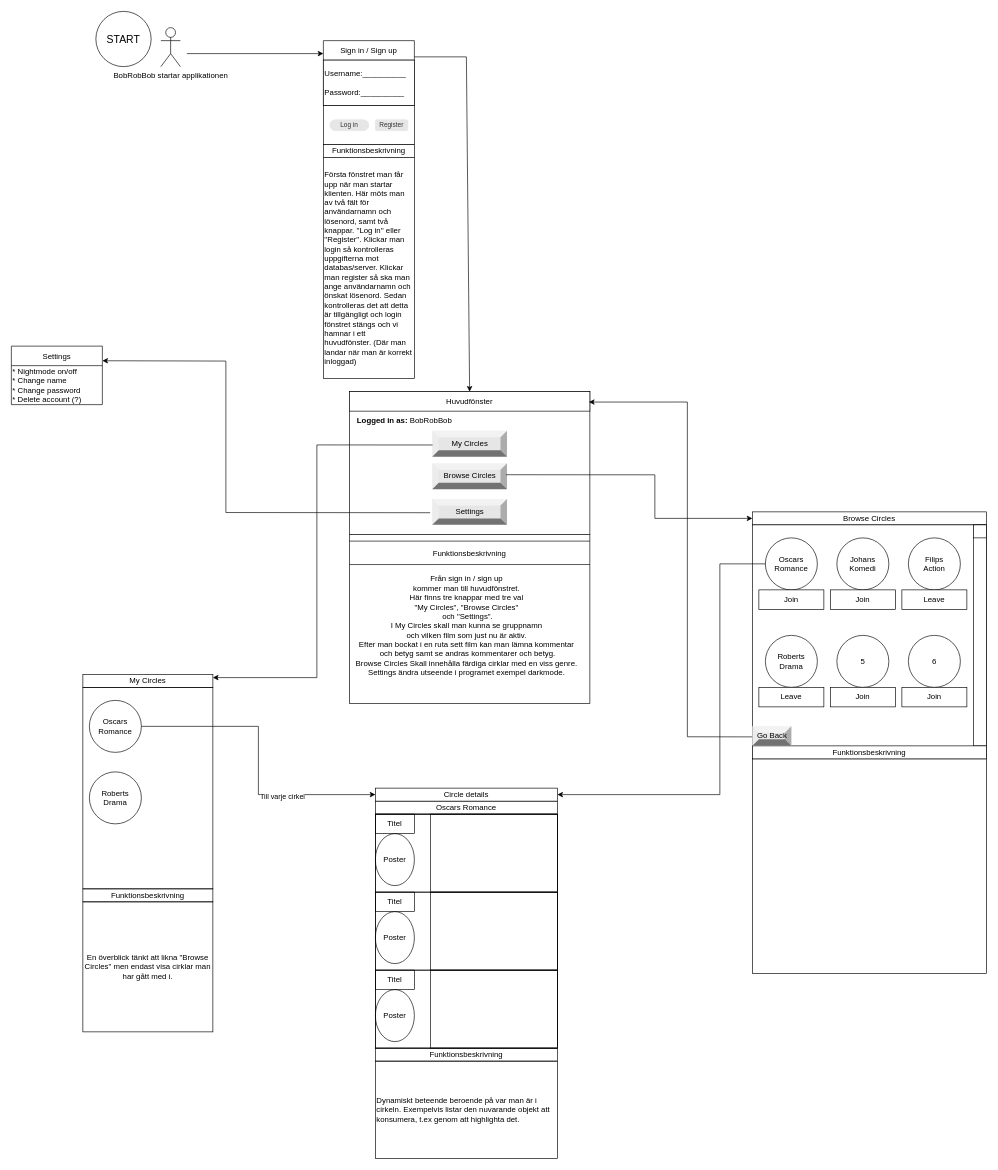
Before: Diagrams/mindmap.drawio in johanbergfalk/DAT055_circles, a draw.io diagram. Source tidied: cells renumbered, new cells numbered last; positions are measured from the earlier drawing's top-left corner, leaving out a move shared by most shapes. Both pictures are drawn from the tidied source at 65%, with x=0, y=0 at pixel (11, 11).
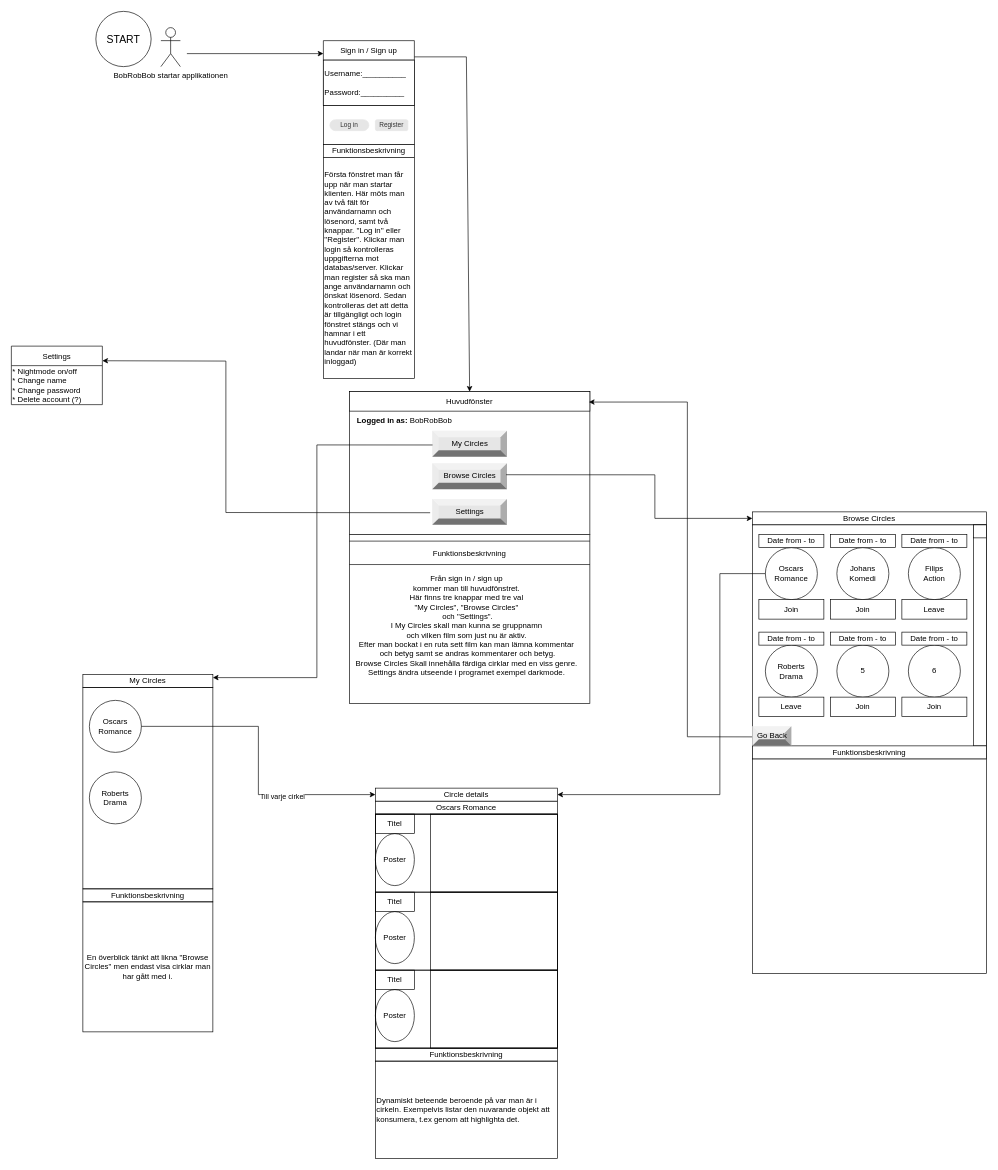
The same page after the edit.

Unchanged cells that the change refers to:
```xml
<mxCell id="74" value="Circle details" style="rounded=0;whiteSpace=wrap;html=1;" parent="1" vertex="1">
  <mxGeometry x="560" y="1195" width="280" height="20" as="geometry" />
</mxCell>
```

What changed in the source:
```diff
@@
     <mxCell id="7" value="Oscars&lt;br&gt;Romance" style="ellipse;whiteSpace=wrap;html=1;" parent="1" vertex="1">
-      <mxGeometry x="1160" y="810" width="80" height="80" as="geometry" />
+      <mxGeometry x="1160" y="825" width="80" height="80" as="geometry" />
     </mxCell>
     <mxCell id="8" value="Johans&lt;br&gt;Komedi" style="ellipse;whiteSpace=wrap;html=1;" parent="1" vertex="1">
-      <mxGeometry x="1270" y="810" width="80" height="80" as="geometry" />
+      <mxGeometry x="1270" y="825" width="80" height="80" as="geometry" />
     </mxCell>
     <mxCell id="9" value="Filips&lt;br&gt;Action" style="ellipse;whiteSpace=wrap;html=1;" parent="1" vertex="1">
-      <mxGeometry x="1380" y="810" width="80" height="80" as="geometry" />
+      <mxGeometry x="1380" y="825" width="80" height="80" as="geometry" />
     </mxCell>
     <mxCell id="10" value="Roberts&lt;br&gt;Drama" style="ellipse;whiteSpace=wrap;html=1;" parent="1" vertex="1">
-      <mxGeometry x="1160" y="960" width="80" height="80" as="geometry" />
+      <mxGeometry x="1160" y="975" width="80" height="80" as="geometry" />
     </mxCell>
     <mxCell id="11" value="5" style="ellipse;whiteSpace=wrap;html=1;" parent="1" vertex="1">
-      <mxGeometry x="1270" y="960" width="80" height="80" as="geometry" />
+      <mxGeometry x="1270" y="975" width="80" height="80" as="geometry" />
     </mxCell>
     <mxCell id="12" value="6" style="ellipse;whiteSpace=wrap;html=1;" parent="1" vertex="1">
-      <mxGeometry x="1380" y="960" width="80" height="80" as="geometry" />
+      <mxGeometry x="1380" y="975" width="80" height="80" as="geometry" />
     </mxCell>
     <mxCell id="13" value="Join" style="rounded=0;whiteSpace=wrap;html=1;" parent="1" vertex="1">
-      <mxGeometry x="1150" y="890" width="100" height="30" as="geometry" />
+      <mxGeometry x="1150" y="905" width="100" height="30" as="geometry" />
     </mxCell>
     <mxCell id="14" value="Join" style="rounded=0;whiteSpace=wrap;html=1;" parent="1" vertex="1">
-      <mxGeometry x="1260" y="890" width="100" height="30" as="geometry" />
+      <mxGeometry x="1260" y="905" width="100" height="30" as="geometry" />
     </mxCell>
     <mxCell id="15" value="Leave" style="rounded=0;whiteSpace=wrap;html=1;" parent="1" vertex="1">
-      <mxGeometry x="1370" y="890" width="100" height="30" as="geometry" />
+      <mxGeometry x="1370" y="905" width="100" height="30" as="geometry" />
     </mxCell>
     <mxCell id="16" value="Leave" style="rounded=0;whiteSpace=wrap;html=1;" parent="1" vertex="1">
-      <mxGeometry x="1150" y="1040" width="100" height="30" as="geometry" />
+      <mxGeometry x="1150" y="1055" width="100" height="30" as="geometry" />
     </mxCell>
     <mxCell id="17" value="Join" style="rounded=0;whiteSpace=wrap;html=1;" parent="1" vertex="1">
-      <mxGeometry x="1260" y="1040" width="100" height="30" as="geometry" />
+      <mxGeometry x="1260" y="1055" width="100" height="30" as="geometry" />
     </mxCell>
     <mxCell id="18" value="Join" style="rounded=0;whiteSpace=wrap;html=1;" parent="1" vertex="1">
-      <mxGeometry x="1370" y="1040" width="100" height="30" as="geometry" />
+      <mxGeometry x="1370" y="1055" width="100" height="30" as="geometry" />
     </mxCell>
@@
-    <mxCell id="71" style="endArrow=classic;html=1;rounded=0;entryX=1;entryY=0.5;entryDx=0;entryDy=0;exitX=0;exitY=0.5;exitDx=0;exitDy=0;" parent="1" edge="1" source="7" target="74">
+    <mxCell id="71" style="endArrow=classic;html=1;rounded=0;entryX=1;entryY=0.5;entryDx=0;entryDy=0;" parent="1" edge="1" source="7" target="74">
       <mxGeometry relative="1" as="geometry">
         <Array as="points">
-          <mxPoint x="1090" y="850" />
+          <mxPoint x="1090" y="865" />
           <mxPoint x="1090" y="1205" />
         </Array>
       </mxGeometry>
     </mxCell>
@@
+    <mxCell id="75" value="Date from - to" style="rounded=0;whiteSpace=wrap;html=1;" parent="1" vertex="1">
+      <mxGeometry x="1260" y="805" width="100" height="20" as="geometry" />
+    </mxCell>
+    <mxCell id="76" value="Date from - to" style="rounded=0;whiteSpace=wrap;html=1;" parent="1" vertex="1">
+      <mxGeometry x="1150" y="805" width="100" height="20" as="geometry" />
+    </mxCell>
+    <mxCell id="77" value="Date from - to" style="rounded=0;whiteSpace=wrap;html=1;" parent="1" vertex="1">
+      <mxGeometry x="1370" y="805" width="100" height="20" as="geometry" />
+    </mxCell>
+    <mxCell id="78" value="Date from - to" style="rounded=0;whiteSpace=wrap;html=1;" parent="1" vertex="1">
+      <mxGeometry x="1150" y="955" width="100" height="20" as="geometry" />
+    </mxCell>
+    <mxCell id="79" value="Date from - to" style="rounded=0;whiteSpace=wrap;html=1;" parent="1" vertex="1">
+      <mxGeometry x="1260" y="955" width="100" height="20" as="geometry" />
+    </mxCell>
+    <mxCell id="80" value="Date from - to" style="rounded=0;whiteSpace=wrap;html=1;" parent="1" vertex="1">
+      <mxGeometry x="1370" y="955" width="100" height="20" as="geometry" />
+    </mxCell>
```
